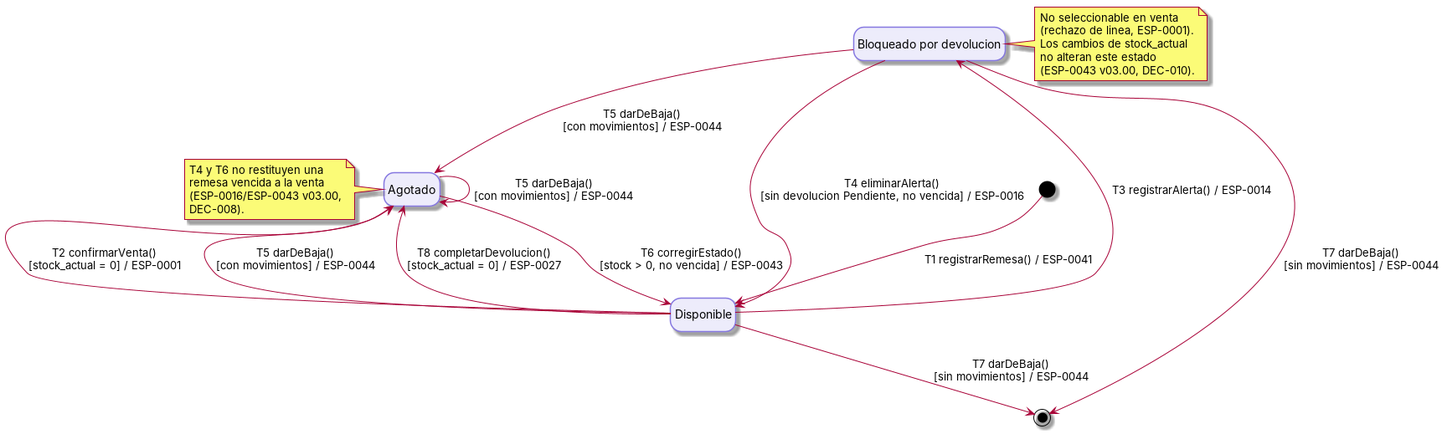
Earlier version of the PlantUML export docs/diagramas/EST-01_Lote.png (Luis-Ayben-Chahua-Charca/Farmasil_App). Its source is kept beside it as docs/diagramas/plaintext-Comportamiento/EST-01_Lote.puml.
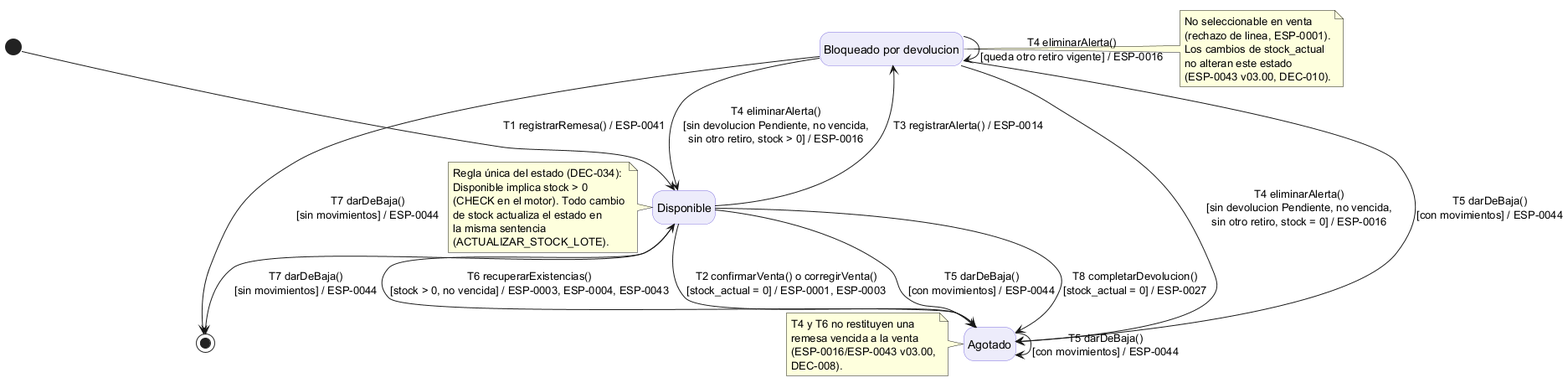
The same file after the commit.

What changed in the source:
```diff
@@ -9,13 +9,15 @@
 
 state "Bloqueado por devolucion" as Bloqueado
 
-Disponible --> Agotado : T2 confirmarVenta()\n[stock_actual = 0] / ESP-0001
+Disponible --> Agotado : T2 confirmarVenta() o corregirVenta()\n[stock_actual = 0] / ESP-0001, ESP-0003
 Disponible --> Bloqueado : T3 registrarAlerta() / ESP-0014
-Bloqueado --> Disponible : T4 eliminarAlerta()\n[sin devolucion Pendiente, no vencida] / ESP-0016
+Bloqueado --> Disponible : T4 eliminarAlerta()\n[sin devolucion Pendiente, no vencida,\nsin otro retiro, stock > 0] / ESP-0016
+Bloqueado --> Agotado : T4 eliminarAlerta()\n[sin devolucion Pendiente, no vencida,\nsin otro retiro, stock = 0] / ESP-0016
+Bloqueado --> Bloqueado : T4 eliminarAlerta()\n[queda otro retiro vigente] / ESP-0016
 Disponible --> Agotado : T5 darDeBaja()\n[con movimientos] / ESP-0044
 Bloqueado --> Agotado : T5 darDeBaja()\n[con movimientos] / ESP-0044
 Agotado --> Agotado : T5 darDeBaja()\n[con movimientos] / ESP-0044
-Agotado --> Disponible : T6 corregirEstado()\n[stock > 0, no vencida] / ESP-0043
+Agotado --> Disponible : T6 recuperarExistencias()\n[stock > 0, no vencida] / ESP-0003, ESP-0004, ESP-0043
 Disponible --> [*] : T7 darDeBaja()\n[sin movimientos] / ESP-0044
 Disponible --> Agotado : T8 completarDevolucion()\n[stock_actual = 0] / ESP-0027
 Bloqueado --> [*] : T7 darDeBaja()\n[sin movimientos] / ESP-0044
@@ -34,4 +36,13 @@
   (ESP-0016/ESP-0043 v03.00,
   DEC-008).
 end note
+
+note left of Disponible
+  Regla única del estado (DEC-034):
+  Disponible implica stock > 0
+  (CHECK en el motor). Todo cambio
+  de stock actualiza el estado en
+  la misma sentencia
+  (ACTUALIZAR_STOCK_LOTE).
+end note
 @enduml
```
